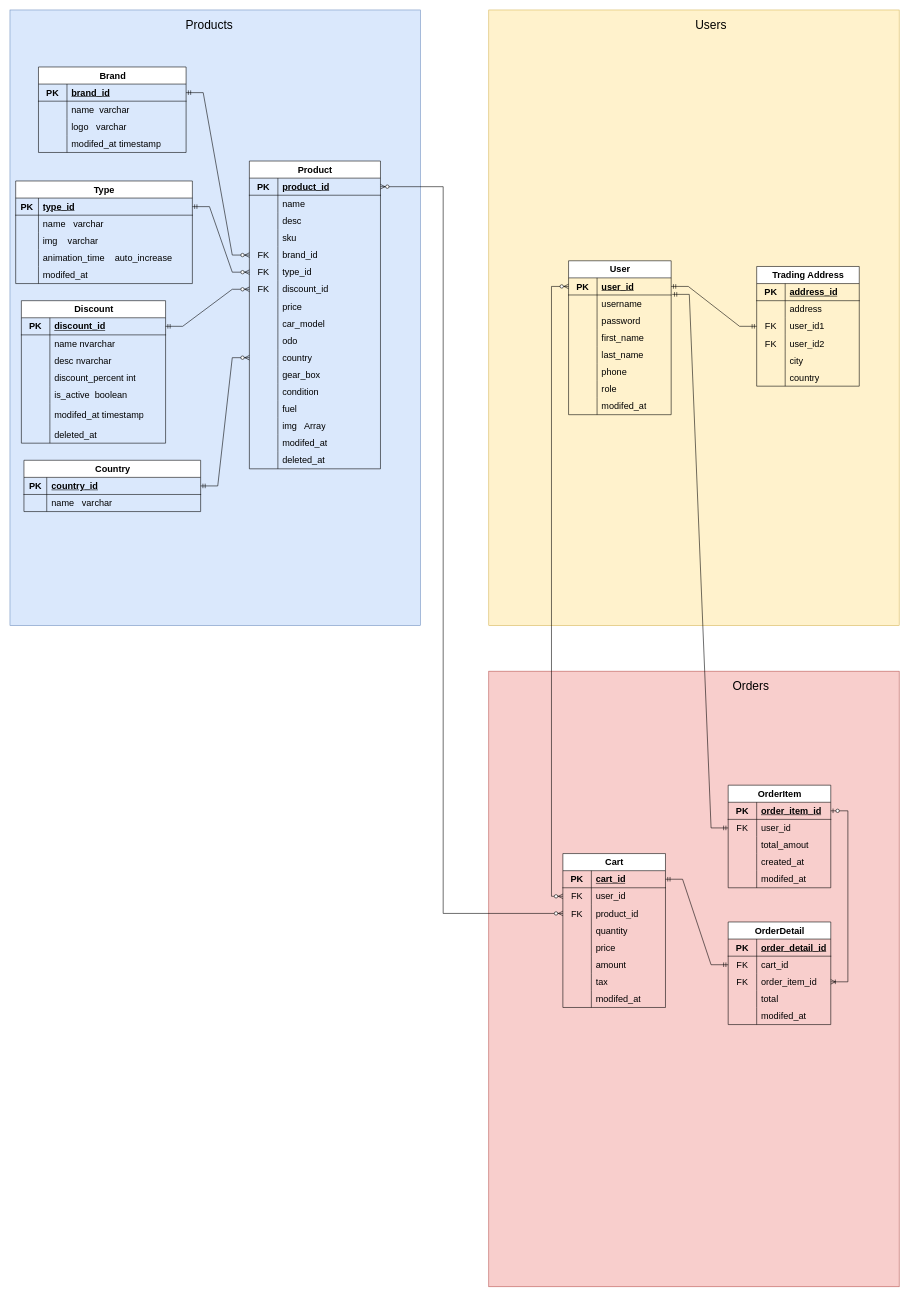
Earlier version of the draw.io diagram diagrams/DBModel.drawio (SiZedYi/Cars_Website_App). Source tidied: cells renumbered, new cells numbered last; positions are measured from the earlier drawing's top-left corner, leaving out a move shared by most shapes. Both pictures are drawn from the tidied source at 57%, with x=0, y=0 at pixel (10, 10).
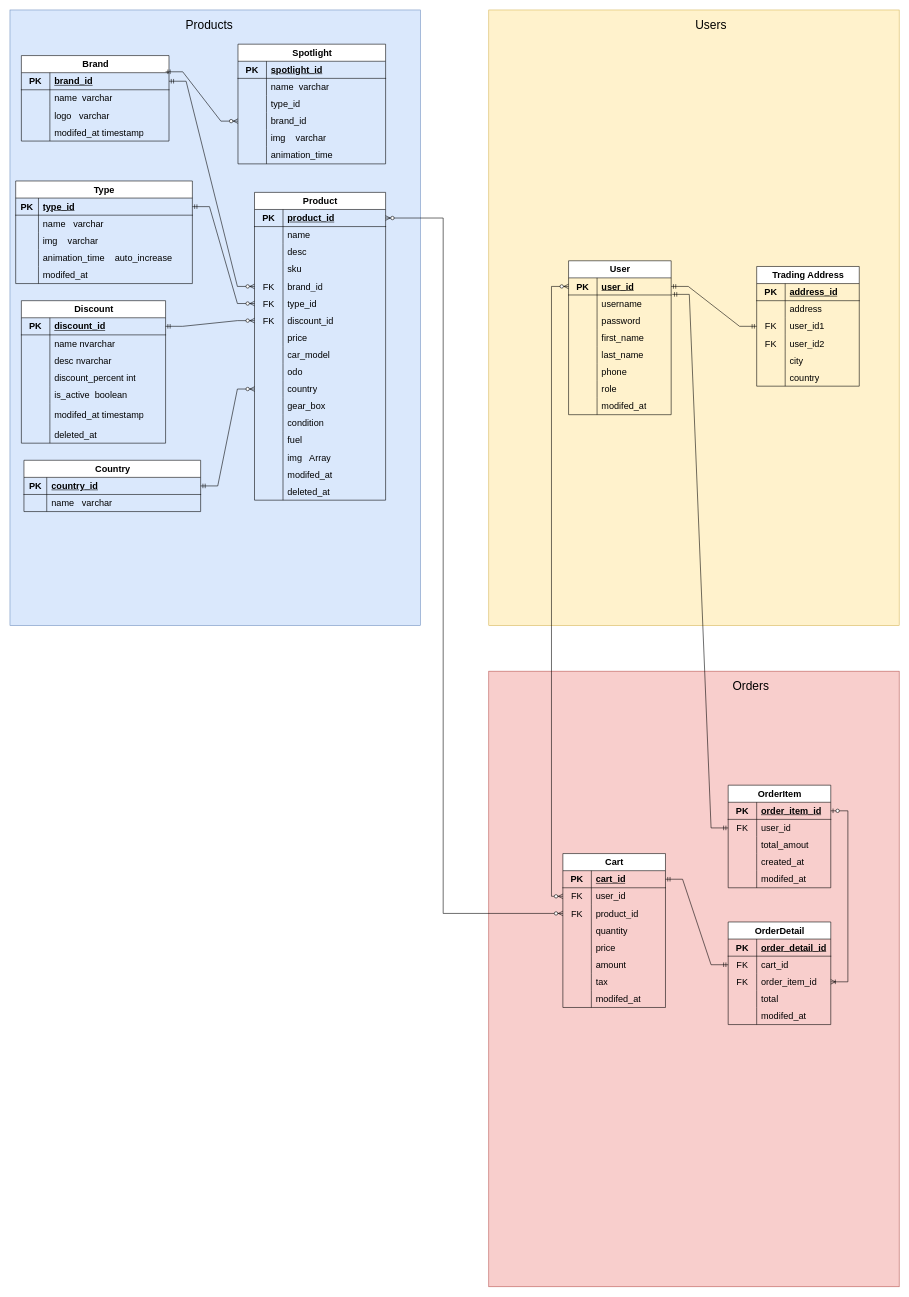
The same diagram, later.

The change refers to these unchanged cells:
```xml
<mxCell id="149" style="shape=tableRow;horizontal=0;startSize=0;swimlaneHead=0;swimlaneBody=0;fillColor=none;points=[[0,0.5],[1,0.5]];portConstraint=eastwest;top=0;left=0;right=0;bottom=1;fontSize=16;" parent="148" vertex="1">
  <mxGeometry y="30" width="259" height="30" as="geometry" />
</mxCell>
```

Change to the diagram source:
```diff
@@
     <mxCell id="96" value="Product" style="shape=table;startSize=30;childLayout=tableLayout;rowLines=0;fontStyle=1;align=center;html=1;fontSize=16;" parent="1" vertex="1">
-      <mxGeometry x="420" y="265" width="230" height="540" as="geometry" />
+      <mxGeometry x="429" y="320" width="230" height="540" as="geometry" />
     </mxCell>
@@
     <mxCell id="148" value="Brand" style="shape=table;startSize=30;childLayout=tableLayout;rowLines=0;fontStyle=1;align=center;html=1;fontSize=16;" parent="1" vertex="1">
-      <mxGeometry x="50" y="100" width="259" height="150" as="geometry" />
+      <mxGeometry x="20" y="80" width="259" height="150" as="geometry" />
     </mxCell>
@@
+    <mxCell id="229" value="Spotlight" style="shape=table;startSize=30;childLayout=tableLayout;rowLines=0;fontStyle=1;align=center;html=1;fontSize=16;" parent="1" vertex="1">
+      <mxGeometry x="400" y="60" width="259" height="210" as="geometry" />
+    </mxCell>
+    <mxCell id="230" style="shape=tableRow;horizontal=0;startSize=0;swimlaneHead=0;swimlaneBody=0;fillColor=none;top=0;left=0;right=0;bottom=1;fontSize=16;" parent="229" vertex="1">
+      <mxGeometry y="30" width="259" height="30" as="geometry" />
+    </mxCell>
+    <mxCell id="231" value="PK" style="shape=partialRectangle;fillColor=none;top=0;left=0;bottom=0;right=0;fontStyle=1;overflow=hidden;whiteSpace=wrap;html=1;fontSize=16;" parent="230" vertex="1">
+      <mxGeometry width="50" height="30" as="geometry" />
+    </mxCell>
+    <mxCell id="232" value="spotlight_id" style="shape=partialRectangle;fillColor=none;top=0;left=0;bottom=0;right=0;align=left;spacingLeft=6;fontStyle=5;overflow=hidden;whiteSpace=wrap;html=1;fontSize=16;" parent="230" vertex="1">
+      <mxGeometry x="50" width="209" height="30" as="geometry" />
+    </mxCell>
+    <mxCell id="233" style="shape=tableRow;horizontal=0;startSize=0;swimlaneHead=0;swimlaneBody=0;fillColor=none;top=0;left=0;right=0;bottom=0;fontSize=16;" parent="229" vertex="1">
+      <mxGeometry y="60" width="259" height="30" as="geometry" />
+    </mxCell>
+    <mxCell id="234" style="shape=partialRectangle;fillColor=none;top=0;left=0;bottom=0;right=0;overflow=hidden;whiteSpace=wrap;html=1;fontSize=16;" parent="233" vertex="1">
+      <mxGeometry width="50" height="30" as="geometry" />
+    </mxCell>
+    <mxCell id="235" value="name&lt;span style=&quot;white-space: pre;&quot;&gt; &lt;/span&gt;&lt;span style=&quot;white-space: pre;&quot;&gt; &lt;/span&gt;varchar" style="shape=partialRectangle;fillColor=none;top=0;left=0;bottom=0;right=0;align=left;spacingLeft=6;overflow=hidden;whiteSpace=wrap;html=1;fontSize=16;" parent="233" vertex="1">
+      <mxGeometry x="50" width="209" height="30" as="geometry" />
+    </mxCell>
+    <mxCell id="236" style="shape=tableRow;horizontal=0;startSize=0;swimlaneHead=0;swimlaneBody=0;fillColor=none;top=0;left=0;right=0;bottom=0;fontSize=16;" parent="229" vertex="1">
+      <mxGeometry y="90" width="259" height="30" as="geometry" />
+    </mxCell>
+    <mxCell id="237" style="shape=partialRectangle;fillColor=none;top=0;left=0;bottom=0;right=0;overflow=hidden;whiteSpace=wrap;html=1;fontSize=16;" parent="236" vertex="1">
+      <mxGeometry width="50" height="30" as="geometry" />
+    </mxCell>
+    <mxCell id="238" value="type_id" style="shape=partialRectangle;fillColor=none;top=0;left=0;bottom=0;right=0;align=left;spacingLeft=6;overflow=hidden;whiteSpace=wrap;html=1;fontSize=16;" parent="236" vertex="1">
+      <mxGeometry x="50" width="209" height="30" as="geometry" />
+    </mxCell>
+    <mxCell id="239" style="shape=tableRow;horizontal=0;startSize=0;swimlaneHead=0;swimlaneBody=0;fillColor=none;points=[[0,0.5],[1,0.5]];portConstraint=eastwest;top=0;left=0;right=0;bottom=0;fontSize=16;" parent="229" vertex="1">
+      <mxGeometry y="120" width="259" height="30" as="geometry" />
+    </mxCell>
+    <mxCell id="240" style="shape=partialRectangle;fillColor=none;top=0;left=0;bottom=0;right=0;overflow=hidden;whiteSpace=wrap;html=1;fontSize=16;" parent="239" vertex="1">
+      <mxGeometry width="50" height="30" as="geometry" />
+    </mxCell>
+    <mxCell id="241" value="brand_id" style="shape=partialRectangle;fillColor=none;top=0;left=0;bottom=0;right=0;align=left;spacingLeft=6;overflow=hidden;whiteSpace=wrap;html=1;fontSize=16;" parent="239" vertex="1">
+      <mxGeometry x="50" width="209" height="30" as="geometry" />
+    </mxCell>
+    <mxCell id="242" style="shape=tableRow;horizontal=0;startSize=0;swimlaneHead=0;swimlaneBody=0;fillColor=none;top=0;left=0;right=0;bottom=0;fontSize=16;" parent="229" vertex="1">
+      <mxGeometry y="150" width="259" height="30" as="geometry" />
+    </mxCell>
+    <mxCell id="243" style="shape=partialRectangle;fillColor=none;top=0;left=0;bottom=0;right=0;overflow=hidden;whiteSpace=wrap;html=1;fontSize=16;" parent="242" vertex="1">
+      <mxGeometry width="50" height="30" as="geometry" />
+    </mxCell>
+    <mxCell id="244" value="img&amp;nbsp;&lt;span style=&quot;white-space: pre;&quot;&gt; &lt;/span&gt;&lt;span style=&quot;white-space: pre;&quot;&gt; &lt;/span&gt;&lt;span style=&quot;white-space: pre;&quot;&gt; &lt;/span&gt;varchar" style="shape=partialRectangle;fillColor=none;top=0;left=0;bottom=0;right=0;align=left;spacingLeft=6;overflow=hidden;whiteSpace=wrap;html=1;fontSize=16;" parent="242" vertex="1">
+      <mxGeometry x="50" width="209" height="30" as="geometry" />
+    </mxCell>
+    <mxCell id="245" style="shape=tableRow;horizontal=0;startSize=0;swimlaneHead=0;swimlaneBody=0;fillColor=none;top=0;left=0;right=0;bottom=0;fontSize=16;" parent="229" vertex="1">
+      <mxGeometry y="180" width="259" height="30" as="geometry" />
+    </mxCell>
+    <mxCell id="246" style="shape=partialRectangle;fillColor=none;top=0;left=0;bottom=0;right=0;overflow=hidden;whiteSpace=wrap;html=1;fontSize=16;" parent="245" vertex="1">
+      <mxGeometry width="50" height="30" as="geometry" />
+    </mxCell>
+    <mxCell id="247" value="animation_time&amp;nbsp;" style="shape=partialRectangle;fillColor=none;top=0;left=0;bottom=0;right=0;align=left;spacingLeft=6;overflow=hidden;whiteSpace=wrap;html=1;fontSize=16;" parent="245" vertex="1">
+      <mxGeometry x="50" width="209" height="30" as="geometry" />
+    </mxCell>
+    <mxCell id="248" style="edgeStyle=entityRelationEdgeStyle;fontSize=16;html=1;endArrow=ERzeroToMany;startArrow=ERmandOne;rounded=0;entryX=0;entryY=0.5;entryDx=0;entryDy=0;exitX=0.977;exitY=-0.052;exitDx=0;exitDy=0;exitPerimeter=0;" parent="1" edge="1" source="149" target="239">
+      <mxGeometry relative="1" as="geometry" />
+    </mxCell>
```
